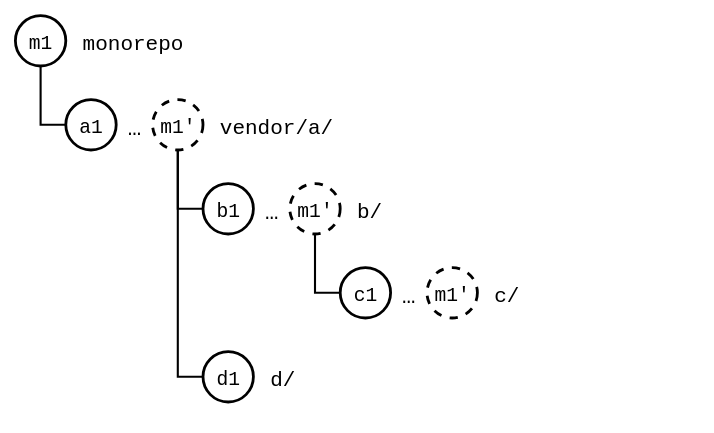
Before: docs/09-scenarios/05-nested-splices/05-recursion/01-recursive-pull/push-pushed.drawio.svg, a diagram exported from draw.io (roschaefer/git-splice). Source tidied: cells renumbered, new cells last; positions are measured from the earlier drawing's top-left corner, leaving out a move shared by most shapes.
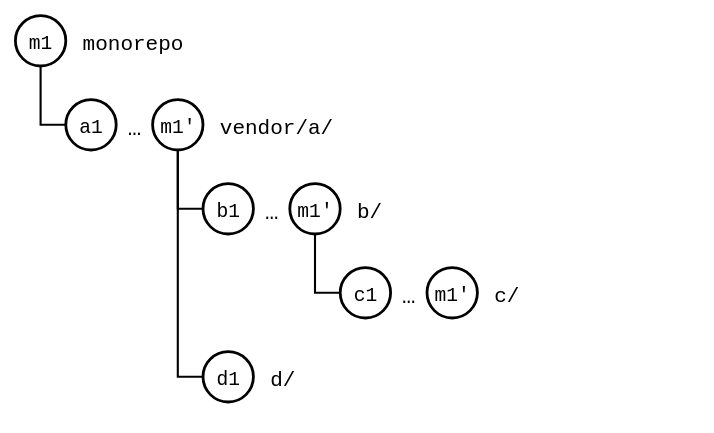
Above is the later version.

Change to the diagram source:
```diff
@@ -14,7 +14,7 @@
     <mxCell id="5" value="…" style="text;align=center;verticalAlign=middle;fontSize=16;fontFamily=Roboto Mono,monospace;" parent="1" vertex="1">
       <mxGeometry x="74" y="60" width="22" height="36" as="geometry" />
     </mxCell>
-    <mxCell id="6" value="m1'" style="ellipse;strokeWidth=2;fontSize=14;fontFamily=Roboto Mono,monospace;dashed=1;" parent="1" vertex="1">
+    <mxCell id="6" value="m1'" style="ellipse;strokeWidth=2;fontSize=14;fontFamily=Roboto Mono,monospace;" parent="1" vertex="1">
       <mxGeometry x="98" y="60" width="36" height="36" as="geometry" />
     </mxCell>
     <mxCell id="7" value="vendor/a/" style="text;align=left;verticalAlign=middle;fontSize=15;fontFamily=Roboto Mono,monospace;" parent="1" vertex="1">
@@ -26,7 +26,7 @@
     <mxCell id="9" value="…" style="text;align=center;verticalAlign=middle;fontSize=16;fontFamily=Roboto Mono,monospace;" parent="1" vertex="1">
       <mxGeometry x="172" y="120" width="22" height="36" as="geometry" />
     </mxCell>
-    <mxCell id="10" value="m1'" style="ellipse;strokeWidth=2;fontSize=14;fontFamily=Roboto Mono,monospace;dashed=1;" parent="1" vertex="1">
+    <mxCell id="10" value="m1'" style="ellipse;strokeWidth=2;fontSize=14;fontFamily=Roboto Mono,monospace;" parent="1" vertex="1">
       <mxGeometry x="196" y="120" width="36" height="36" as="geometry" />
     </mxCell>
     <mxCell id="11" value="b/" style="text;align=left;verticalAlign=middle;fontSize=15;fontFamily=Roboto Mono,monospace;" parent="1" vertex="1">
@@ -38,7 +38,7 @@
     <mxCell id="13" value="…" style="text;align=center;verticalAlign=middle;fontSize=16;fontFamily=Roboto Mono,monospace;" parent="1" vertex="1">
       <mxGeometry x="270" y="180" width="22" height="36" as="geometry" />
     </mxCell>
-    <mxCell id="14" value="m1'" style="ellipse;strokeWidth=2;fontSize=14;fontFamily=Roboto Mono,monospace;dashed=1;" parent="1" vertex="1">
+    <mxCell id="14" value="m1'" style="ellipse;strokeWidth=2;fontSize=14;fontFamily=Roboto Mono,monospace;" parent="1" vertex="1">
       <mxGeometry x="294" y="180" width="36" height="36" as="geometry" />
     </mxCell>
     <mxCell id="15" value="c/" style="text;align=left;verticalAlign=middle;fontSize=15;fontFamily=Roboto Mono,monospace;" parent="1" vertex="1">
```
